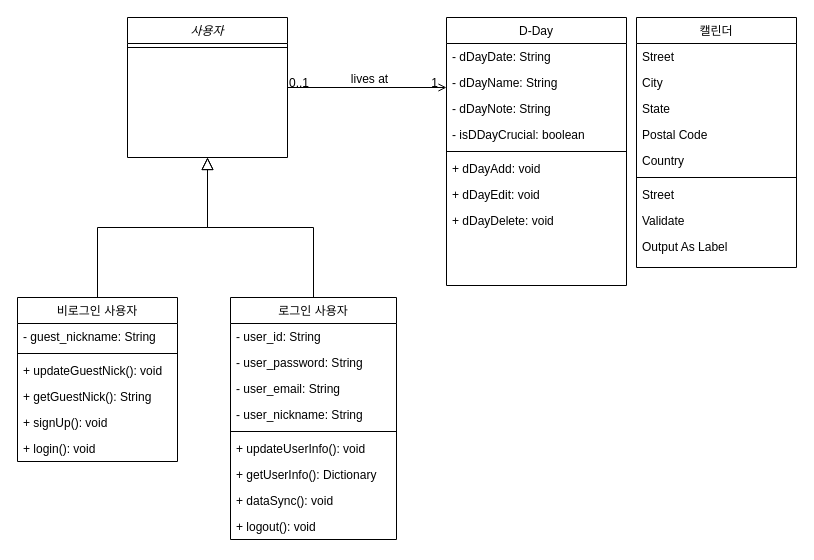
Before: class diagram.drawio in baechuTree/softwareEngineering, a draw.io diagram. Source tidied: cells renumbered, new cells numbered last; positions are measured from the earlier drawing's top-left corner, leaving out a move shared by most shapes. Both pictures are drawn from the tidied source at 100%, with x=0, y=0 at pixel (17, 17).
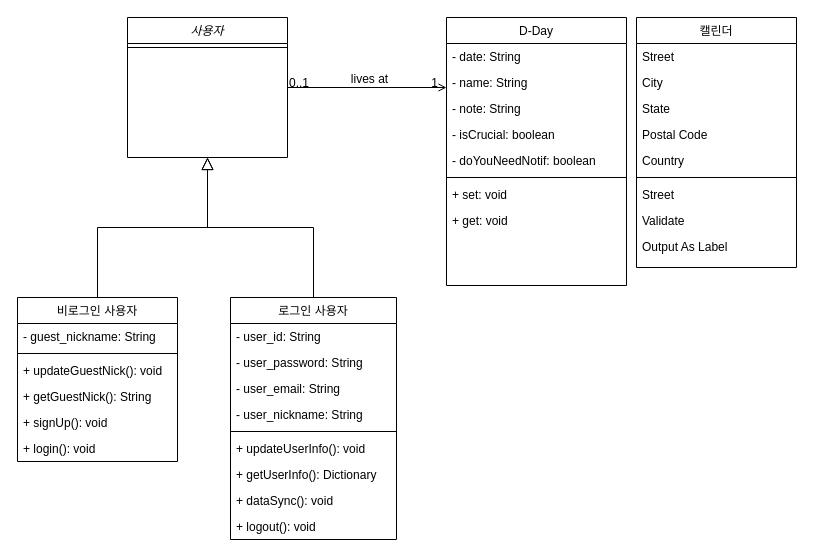
After the change.

Unchanged cells that the change refers to:
```xml
<mxCell id="23" value="D-Day" style="swimlane;fontStyle=0;align=center;verticalAlign=top;horizontal=1;startSize=26;rounded=0;shadow=0;strokeWidth=1;" parent="1" vertex="1">
  <mxGeometry x="429" width="180" height="268" as="geometry" />
</mxCell>
```

The edit, as a diff of the source:
```diff
@@
-    <mxCell id="24" value="- dDayDate: String" style="text;align=left;verticalAlign=top;spacingLeft=4;spacingRight=4;overflow=hidden;" parent="23" vertex="1">
+    <mxCell id="24" value="- date: String" style="text;align=left;verticalAlign=top;spacingLeft=4;spacingRight=4;overflow=hidden;" parent="23" vertex="1">
       <mxGeometry y="26" width="180" height="26" as="geometry" />
     </mxCell>
-    <mxCell id="25" value="- dDayName: String" style="text;align=left;verticalAlign=top;spacingLeft=4;spacingRight=4;overflow=hidden;rounded=0;shadow=0;html=0;" parent="23" vertex="1">
+    <mxCell id="25" value="- name: String" style="text;align=left;verticalAlign=top;spacingLeft=4;spacingRight=4;overflow=hidden;rounded=0;shadow=0;html=0;" parent="23" vertex="1">
       <mxGeometry y="52" width="180" height="26" as="geometry" />
     </mxCell>
-    <mxCell id="26" value="- dDayNote: String" style="text;align=left;verticalAlign=top;spacingLeft=4;spacingRight=4;overflow=hidden;rounded=0;shadow=0;html=0;" parent="23" vertex="1">
+    <mxCell id="26" value="- note: String" style="text;align=left;verticalAlign=top;spacingLeft=4;spacingRight=4;overflow=hidden;rounded=0;shadow=0;html=0;" parent="23" vertex="1">
       <mxGeometry y="78" width="180" height="26" as="geometry" />
     </mxCell>
-    <mxCell id="27" value="- isDDayCrucial: boolean" style="text;align=left;verticalAlign=top;spacingLeft=4;spacingRight=4;overflow=hidden;rounded=0;shadow=0;html=0;" parent="23" vertex="1">
+    <mxCell id="27" value="- isCrucial: boolean" style="text;align=left;verticalAlign=top;spacingLeft=4;spacingRight=4;overflow=hidden;rounded=0;shadow=0;html=0;" parent="23" vertex="1">
       <mxGeometry y="104" width="180" height="26" as="geometry" />
     </mxCell>
+    <mxCell id="48" value="- doYouNeedNotif: boolean" style="text;align=left;verticalAlign=top;spacingLeft=4;spacingRight=4;overflow=hidden;rounded=0;shadow=0;html=0;" parent="23" vertex="1">
+      <mxGeometry y="130" width="180" height="26" as="geometry" />
+    </mxCell>
     <mxCell id="28" style="line;html=1;strokeWidth=1;align=left;verticalAlign=middle;spacingTop=-1;spacingLeft=3;spacingRight=3;labelPosition=right;" parent="23" vertex="1">
-      <mxGeometry y="130" width="180" height="8" as="geometry" />
+      <mxGeometry y="156" width="180" height="8" as="geometry" />
     </mxCell>
-    <mxCell id="29" value="+ dDayAdd: void" style="text;align=left;verticalAlign=top;spacingLeft=4;spacingRight=4;overflow=hidden;" parent="23" vertex="1">
-      <mxGeometry y="138" width="180" height="26" as="geometry" />
-    </mxCell>
-    <mxCell id="30" value="+ dDayEdit: void" style="text;align=left;verticalAlign=top;spacingLeft=4;spacingRight=4;overflow=hidden;points=[[0,0.5],[1,0.5]];portConstraint=eastwest;" parent="23" vertex="1">
+    <mxCell id="30" value="+ set: void" style="text;align=left;verticalAlign=top;spacingLeft=4;spacingRight=4;overflow=hidden;points=[[0,0.5],[1,0.5]];portConstraint=eastwest;" parent="23" vertex="1">
       <mxGeometry y="164" width="180" height="26" as="geometry" />
     </mxCell>
-    <mxCell id="31" value="+ dDayDelete: void" style="text;align=left;verticalAlign=top;spacingLeft=4;spacingRight=4;overflow=hidden;" parent="23" vertex="1">
-      <mxGeometry y="190" width="180" height="26" as="geometry" />
-    </mxCell>
@@
+    <mxCell id="49" value="+ get: void" style="text;align=left;verticalAlign=top;spacingLeft=4;spacingRight=4;overflow=hidden;" parent="23" vertex="1">
+      <mxGeometry y="190" width="180" height="26" as="geometry" />
+    </mxCell>
```
